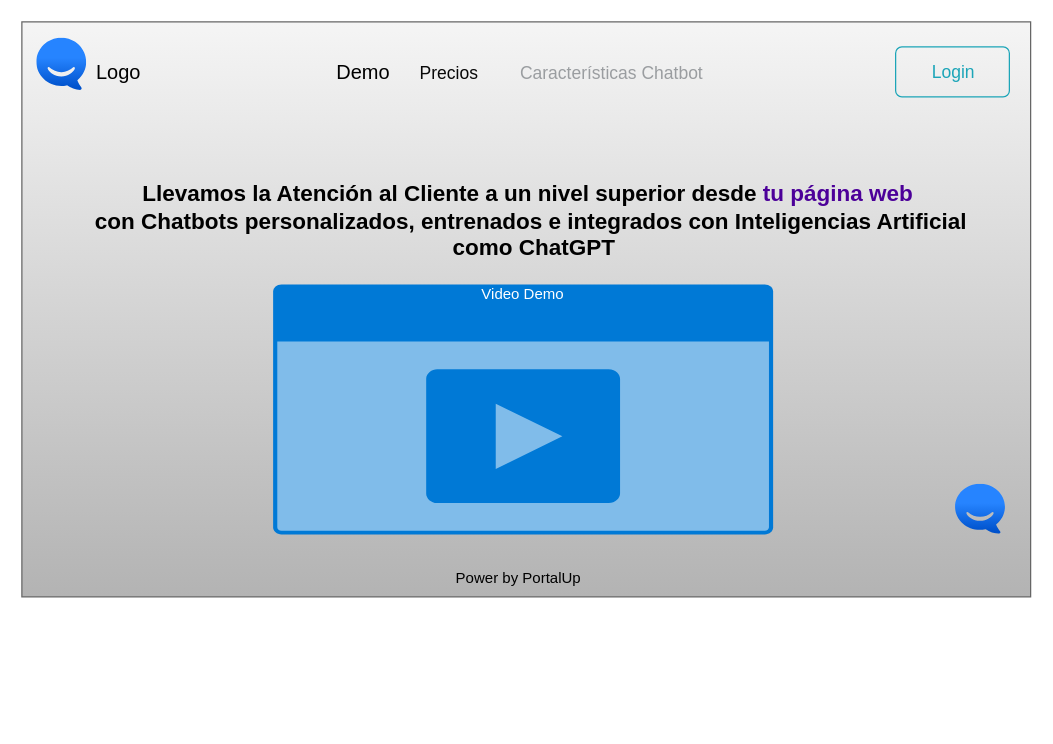
Earlier version of the draw.io diagram mockup_inicio.drawio (victorhugor45/mockups_chatbot_platform). Source tidied: cells renumbered, new cells numbered last; positions are measured from the earlier drawing's top-left corner, leaving out a move shared by most shapes. Both pictures are drawn from the tidied source at 125%, with x=0, y=0 at pixel (21, 21).
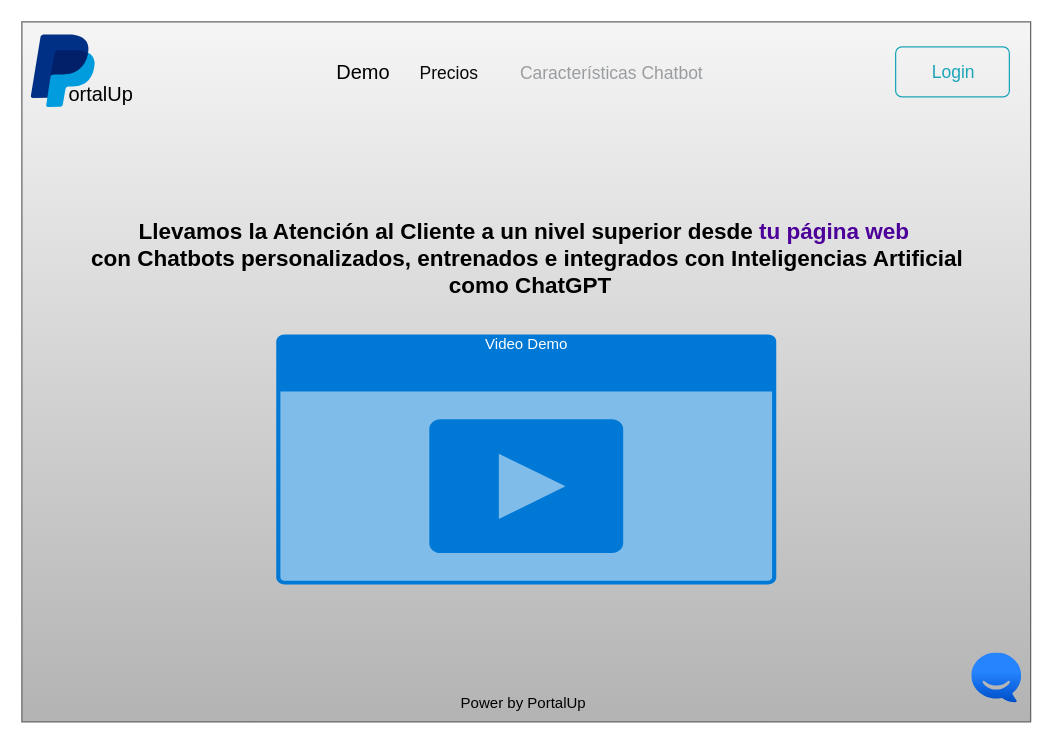
The same page after the edit.

Diff of the diagram source:
```diff
@@
 <mxGraphModel>
   <root>
     <mxCell id="0" />
     <mxCell id="1" parent="0" />
     <mxCell id="2" style="rounded=0;whiteSpace=wrap;html=1;fillColor=#f5f5f5;gradientColor=#b3b3b3;strokeColor=#666666;" parent="1" vertex="1">
-      <mxGeometry width="807" height="460" as="geometry" />
+      <mxGeometry width="807" height="560" as="geometry" />
     </mxCell>
     <mxCell id="3" value="Demo" style="html=1;shadow=0;dashed=0;fontSize=16;align=left;spacing=15;fillColor=none;strokeColor=none;" parent="1" vertex="1">
       <mxGeometry x="237" y="10" width="563" height="60" as="geometry" />
     </mxCell>
     <mxCell id="4" value="Precios" style="fillColor=none;strokeColor=none;fontSize=14;fontColor=#080808;align=center;" parent="3" vertex="1">
       <mxGeometry width="70" height="40" relative="1" as="geometry">
         <mxPoint x="70" y="10" as="offset" />
       </mxGeometry>
     </mxCell>
     <mxCell id="5" value="Características Chatbot " style="fillColor=none;strokeColor=none;fontSize=14;fontColor=#9A9DA0;align=center;" parent="3" vertex="1">
       <mxGeometry width="160" height="40" relative="1" as="geometry">
         <mxPoint x="157" y="10" as="offset" />
       </mxGeometry>
     </mxCell>
     <mxCell id="6" value="Login" style="html=1;shadow=0;dashed=0;shape=mxgraph.bootstrap.rrect;rSize=5;fontSize=14;fontColor=#1CA5B8;strokeColor=#1CA5B8;fillColor=none;" parent="3" vertex="1">
       <mxGeometry x="1" width="91" height="40" relative="1" as="geometry">
         <mxPoint x="-101" y="10" as="offset" />
       </mxGeometry>
     </mxCell>
     <mxCell id="7" value="Video Demo" style="html=1;whiteSpace=wrap;strokeColor=none;fillColor=#0079D6;labelPosition=center;verticalLabelPosition=middle;verticalAlign=top;align=center;fontSize=12;spacingTop=-6;fontColor=#FFFFFF;sketch=0;shape=mxgraph.sitemap.video;" parent="1" vertex="1">
-      <mxGeometry x="201" y="210" width="400" height="200" as="geometry" />
+      <mxGeometry x="203.5" y="250" width="400" height="200" as="geometry" />
     </mxCell>
     <mxCell id="8" value="Power by PortalUp&lt;br&gt;" style="text;html=1;align=center;verticalAlign=middle;strokeColor=none;fillColor=none;flipH=1;flipV=1;" parent="1" vertex="1">
-      <mxGeometry x="337" y="430" width="120" height="30" as="geometry" />
+      <mxGeometry x="341" y="530" width="120" height="30" as="geometry" />
     </mxCell>
-    <mxCell id="9" value="Logo" style="text;html=1;align=center;verticalAlign=middle;strokeColor=none;fillColor=none;fontSize=16;" parent="1" vertex="1">
-      <mxGeometry x="47" y="25" width="60" height="30" as="geometry" />
+    <mxCell id="9" value="ortalUp" style="text;html=1;align=center;verticalAlign=middle;strokeColor=none;fillColor=none;fontSize=16;" parent="1" vertex="1">
+      <mxGeometry x="23" y="43" width="80" height="30" as="geometry" />
     </mxCell>
     <mxCell id="10" value="Llevamos la Atención al Cliente a un nivel superior desde&amp;nbsp;&lt;font style=&quot;border-color: var(--border-color);&quot; color=&quot;#4c0099&quot;&gt;tu página web&amp;nbsp;&lt;br&gt;&lt;/font&gt;con Chatbots personalizados, entrenados e integrados con Inteligencias Artificial&lt;br&gt;&amp;nbsp;como ChatGPT" style="text;html=1;align=center;verticalAlign=middle;strokeColor=none;fillColor=none;fontFamily=Helvetica;fontStyle=1;horizontal=1;fontSize=18;shadow=0;rounded=0;glass=0;" parent="1" vertex="1">
-      <mxGeometry x="47" y="120" width="720" height="80" as="geometry" />
+      <mxGeometry x="43.5" y="150" width="720" height="80" as="geometry" />
     </mxCell>
     <mxCell id="11" style="image;image=img/lib/atlassian/Hipchat_Logo.svg;html=1;direction=east;flipH=0;flipV=0;" parent="1" vertex="1">
-      <mxGeometry x="747" y="370" width="40" height="40" as="geometry" />
+      <mxGeometry x="760" y="505" width="40" height="40" as="geometry" />
     </mxCell>
-    <mxCell id="12" style="image;image=img/lib/atlassian/Hipchat_Logo.svg;html=1;" parent="1" vertex="1">
-      <mxGeometry x="12" y="13" width="40" height="42" as="geometry" />
-    </mxCell>
+    <mxCell id="13" style="dashed=0;html=1;align=center;labelPosition=center;verticalLabelPosition=bottom;verticalAlign=top;shape=mxgraph.weblogos.paypal;" parent="1" vertex="1">
+      <mxGeometry x="7" y="10" width="51.2" height="58" as="geometry" />
+    </mxCell>
   </root>
 </mxGraphModel>
```
